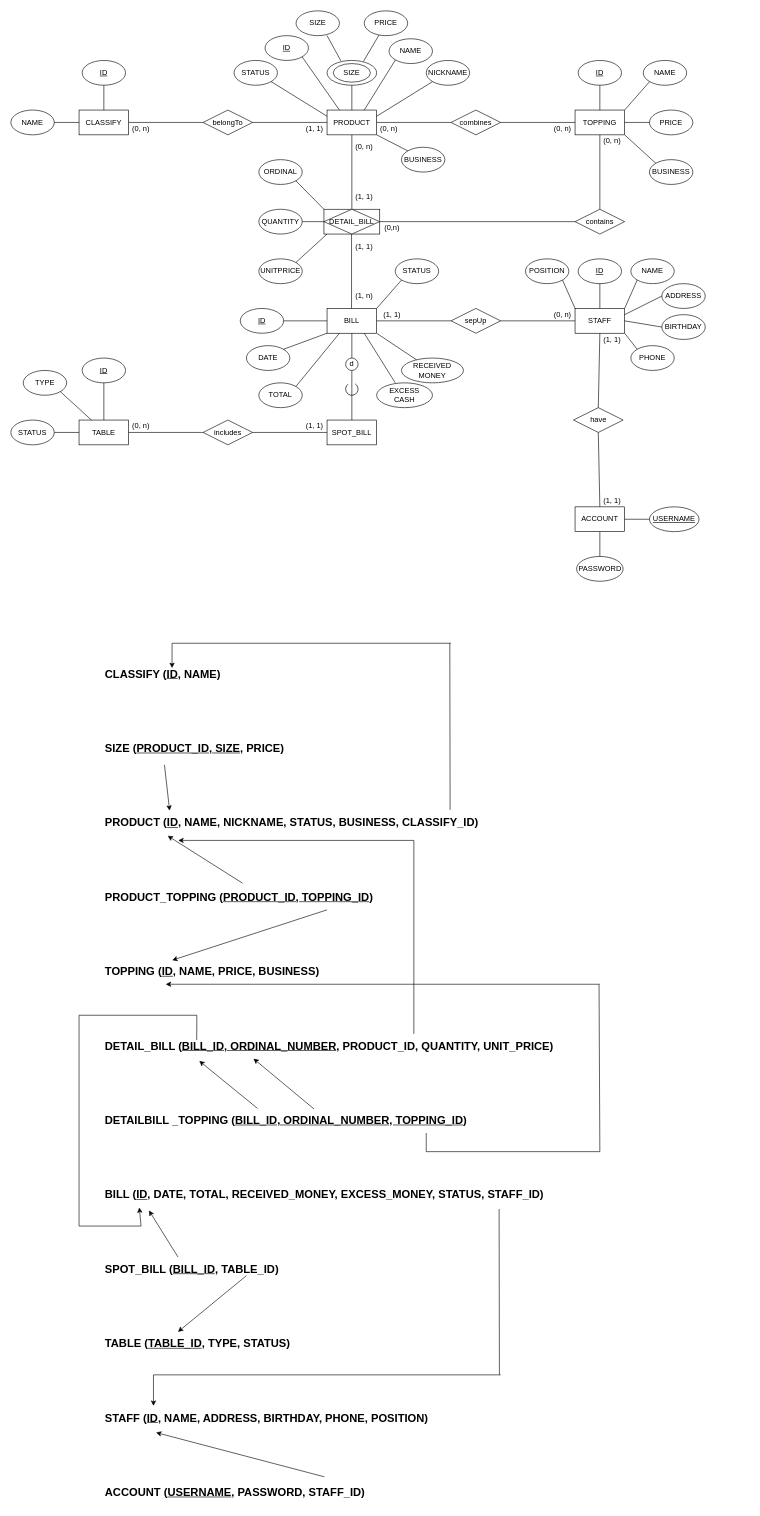
The draw.io diagram ERD/Coffee_Shop_ERD.drawio in hungtadasuke/CoffeShop_SoftwareTechnology, before the edit. Source tidied: cells renumbered, new cells numbered last; positions are measured from the earlier drawing's top-left corner, leaving out a move shared by most shapes. Both pictures are drawn from the tidied source at 62%, with x=0, y=0 at pixel (11, 11).
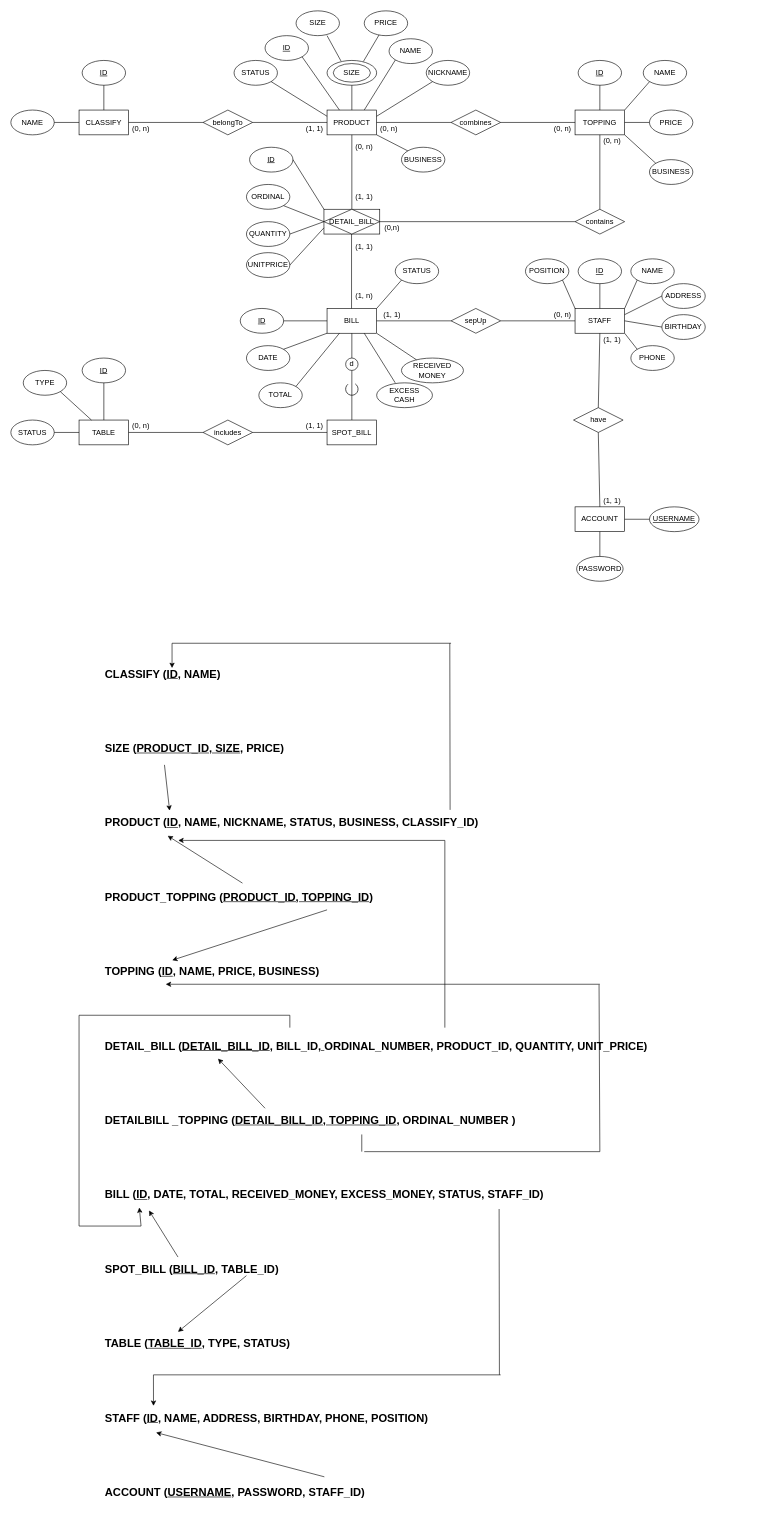
Above is the later version.

Commit message (it also covers changes not shown here):
Hung fix erd

The change refers to these unchanged cells:
```xml
<mxCell id="45" style="rounded=0;whiteSpace=wrap;html=1;" parent="1" vertex="1">
  <mxGeometry x="505" y="320" width="90" height="40" as="geometry" />
</mxCell>
<mxCell id="46" value="DETAIL_BILL" style="rhombus;whiteSpace=wrap;html=1;" parent="1" vertex="1">
  <mxGeometry x="505" y="320" width="90" height="40" as="geometry" />
</mxCell>
```

The edit, as a diff of the source:
```diff
@@
-    <mxCell id="42" value="ORDINAL" style="ellipse;whiteSpace=wrap;html=1;" parent="1" vertex="1">
-      <mxGeometry x="400" y="240" width="70" height="40" as="geometry" />
+    <mxCell id="42" value="&lt;u&gt;ID&lt;/u&gt;" style="ellipse;whiteSpace=wrap;html=1;" parent="1" vertex="1">
+      <mxGeometry x="385" y="220" width="70" height="40" as="geometry" />
     </mxCell>
-    <mxCell id="43" value="QUANTITY" style="ellipse;whiteSpace=wrap;html=1;" parent="1" vertex="1">
-      <mxGeometry x="400" y="320" width="70" height="40" as="geometry" />
+    <mxCell id="43" value="ORDINAL" style="ellipse;whiteSpace=wrap;html=1;" parent="1" vertex="1">
+      <mxGeometry x="380" y="280" width="70" height="40" as="geometry" />
     </mxCell>
-    <mxCell id="44" value="UNITPRICE" style="ellipse;whiteSpace=wrap;html=1;" parent="1" vertex="1">
-      <mxGeometry x="400" y="400" width="70" height="40" as="geometry" />
+    <mxCell id="44" value="QUANTITY" style="ellipse;whiteSpace=wrap;html=1;" parent="1" vertex="1">
+      <mxGeometry x="380" y="340" width="70" height="40" as="geometry" />
     </mxCell>
@@
-    <mxCell id="48" style="endArrow=none;html=1;rounded=0;exitX=1;exitY=1;exitDx=0;exitDy=0;entryX=0;entryY=0;entryDx=0;entryDy=0;" parent="1" edge="1" source="42" target="45">
+    <mxCell id="48" style="endArrow=none;html=1;rounded=0;exitX=1;exitY=0.5;exitDx=0;exitDy=0;entryX=0;entryY=0;entryDx=0;entryDy=0;" parent="1" edge="1" source="42" target="45">
       <mxGeometry relative="1" as="geometry" />
     </mxCell>
-    <mxCell id="49" style="endArrow=none;html=1;rounded=0;exitX=1;exitY=0.5;exitDx=0;exitDy=0;entryX=0;entryY=0.5;entryDx=0;entryDy=0;" parent="1" edge="1" source="43" target="46">
+    <mxCell id="49" style="endArrow=none;html=1;rounded=0;exitX=1;exitY=1;exitDx=0;exitDy=0;entryX=0;entryY=0.5;entryDx=0;entryDy=0;" parent="1" edge="1" source="43" target="46">
       <mxGeometry relative="1" as="geometry" />
     </mxCell>
-    <mxCell id="50" style="endArrow=none;html=1;rounded=0;exitX=1;exitY=0;exitDx=0;exitDy=0;" parent="1" edge="1" source="44">
-      <mxGeometry relative="1" as="geometry">
-        <mxPoint x="510" y="360" as="targetPoint" />
-      </mxGeometry>
+    <mxCell id="50" style="endArrow=none;html=1;rounded=0;exitX=1;exitY=0.5;exitDx=0;exitDy=0;entryX=0;entryY=0.5;entryDx=0;entryDy=0;" parent="1" edge="1" source="44" target="46">
+      <mxGeometry relative="1" as="geometry" />
     </mxCell>
@@
-    <mxCell id="127" value="&lt;span style=&quot;font-size: 18px&quot;&gt;DETAIL_BILL (&lt;u&gt;BILL_ID,&amp;nbsp;&lt;/u&gt;&lt;/span&gt;&lt;span style=&quot;font-size: 18px&quot;&gt;&lt;u&gt;ORDINAL_NUMBER&lt;/u&gt;&lt;/span&gt;&lt;span style=&quot;font-size: 18px&quot;&gt;, PRODUCT_ID, QUANTITY, UNIT_PRICE)&lt;/span&gt;" style="text;html=1;strokeColor=none;fillColor=none;align=left;verticalAlign=middle;whiteSpace=wrap;rounded=0;fontStyle=1;" parent="1" vertex="1">
+    <mxCell id="127" value="&lt;span style=&quot;font-size: 18px&quot;&gt;DETAIL_BILL (&lt;u&gt;DETAIL_BILL_ID&lt;/u&gt;, BILL_ID&lt;u&gt;,&amp;nbsp;&lt;/u&gt;&lt;/span&gt;&lt;span style=&quot;font-size: 18px&quot;&gt;ORDINAL_NUMBER&lt;/span&gt;&lt;span style=&quot;font-size: 18px&quot;&gt;, PRODUCT_ID, QUANTITY, UNIT_PRICE)&lt;/span&gt;" style="text;html=1;strokeColor=none;fillColor=none;align=left;verticalAlign=middle;whiteSpace=wrap;rounded=0;fontStyle=1;" parent="1" vertex="1">
       <mxGeometry x="150" y="1650" width="1040" height="40" as="geometry" />
     </mxCell>
-    <mxCell id="128" value="&lt;span style=&quot;font-size: 18px&quot;&gt;DETAILBILL _TOPPING (&lt;u&gt;BILL_ID, ORDINAL_NUMBER, TOPPING_ID&lt;/u&gt;)&lt;/span&gt;" style="text;html=1;strokeColor=none;fillColor=none;align=left;verticalAlign=middle;whiteSpace=wrap;rounded=0;fontStyle=1;" parent="1" vertex="1">
+    <mxCell id="128" value="&lt;span style=&quot;font-size: 18px&quot;&gt;DETAILBILL _TOPPING (&lt;u&gt;DETAIL_BILL_ID,&amp;nbsp;TOPPING_ID&lt;/u&gt;, ORDINAL_NUMBER )&lt;/span&gt;" style="text;html=1;strokeColor=none;fillColor=none;align=left;verticalAlign=middle;whiteSpace=wrap;rounded=0;fontStyle=1;" parent="1" vertex="1">
       <mxGeometry x="150" y="1770" width="1040" height="40" as="geometry" />
     </mxCell>
@@
     <mxCell id="140" style="endArrow=none;html=1;rounded=0;fontSize=18;" parent="1" edge="1">
       <mxGeometry relative="1" as="geometry">
-        <mxPoint x="650" y="1650" as="sourcePoint" />
-        <mxPoint x="650" y="1338" as="targetPoint" />
+        <mxPoint x="700" y="1640" as="sourcePoint" />
+        <mxPoint x="700" y="1338" as="targetPoint" />
       </mxGeometry>
     </mxCell>
     <mxCell id="141" style="endArrow=classic;html=1;rounded=0;fontSize=18;" parent="1" edge="1">
       <mxGeometry relative="1" as="geometry">
-        <mxPoint x="650" y="1338" as="sourcePoint" />
+        <mxPoint x="700" y="1338" as="sourcePoint" />
         <mxPoint x="270" y="1338" as="targetPoint" />
       </mxGeometry>
     </mxCell>
-    <mxCell id="142" style="endArrow=none;html=1;rounded=0;fontSize=18;entryX=0.144;entryY=0.25;entryDx=0;entryDy=0;entryPerimeter=0;" parent="1" edge="1" target="127">
-      <mxGeometry relative="1" as="geometry">
-        <mxPoint x="300" y="1620" as="sourcePoint" />
-      </mxGeometry>
-    </mxCell>
     <mxCell id="143" style="endArrow=none;html=1;rounded=0;fontSize=18;" parent="1" edge="1">
       <mxGeometry relative="1" as="geometry">
         <mxPoint x="110" y="1620" as="sourcePoint" />
-        <mxPoint x="300" y="1620" as="targetPoint" />
+        <mxPoint x="450" y="1620" as="targetPoint" />
       </mxGeometry>
     </mxCell>
@@
-    <mxCell id="148" style="endArrow=classic;html=1;rounded=0;fontSize=18;entryX=0.148;entryY=1.092;entryDx=0;entryDy=0;entryPerimeter=0;exitX=0.238;exitY=0;exitDx=0;exitDy=0;exitPerimeter=0;" parent="1" edge="1" source="128" target="127">
-      <mxGeometry relative="1" as="geometry" />
-    </mxCell>
-    <mxCell id="149" style="endArrow=classic;html=1;rounded=0;fontSize=18;exitX=0.326;exitY=0.031;exitDx=0;exitDy=0;exitPerimeter=0;entryX=0.232;entryY=1;entryDx=0;entryDy=0;entryPerimeter=0;" parent="1" edge="1" source="128" target="127">
-      <mxGeometry relative="1" as="geometry" />
-    </mxCell>
     <mxCell id="150" style="endArrow=none;html=1;rounded=0;fontSize=18;" parent="1" edge="1">
       <mxGeometry relative="1" as="geometry">
-        <mxPoint x="670" y="1840" as="sourcePoint" />
+        <mxPoint x="570" y="1840" as="sourcePoint" />
         <mxPoint x="950" y="1840" as="targetPoint" />
       </mxGeometry>
     </mxCell>
@@
-    <mxCell id="152" style="endArrow=none;html=1;rounded=0;fontSize=18;entryX=0.5;entryY=1;entryDx=0;entryDy=0;" parent="1" edge="1" target="128">
+    <mxCell id="152" style="endArrow=none;html=1;rounded=0;fontSize=18;entryX=0.4;entryY=1.057;entryDx=0;entryDy=0;entryPerimeter=0;" parent="1" edge="1" target="128">
       <mxGeometry relative="1" as="geometry">
-        <mxPoint x="670" y="1840" as="sourcePoint" />
+        <mxPoint x="566" y="1840" as="sourcePoint" />
       </mxGeometry>
     </mxCell>
@@
+    <mxCell id="159" value="UNITPRICE" style="ellipse;whiteSpace=wrap;html=1;" parent="1" vertex="1">
+      <mxGeometry x="380" y="390" width="70" height="40" as="geometry" />
+    </mxCell>
+    <mxCell id="160" style="endArrow=none;html=1;rounded=0;exitX=1;exitY=0.5;exitDx=0;exitDy=0;entryX=0;entryY=0.75;entryDx=0;entryDy=0;" parent="1" edge="1" source="159" target="45">
+      <mxGeometry relative="1" as="geometry" />
+    </mxCell>
+    <mxCell id="161" style="endArrow=classic;html=1;rounded=0;entryX=0.177;entryY=1;entryDx=0;entryDy=0;entryPerimeter=0;exitX=0.25;exitY=0;exitDx=0;exitDy=0;" parent="1" edge="1" source="128" target="127">
+      <mxGeometry relative="1" as="geometry" />
+    </mxCell>
+    <mxCell id="162" style="endArrow=none;html=1;rounded=0;" parent="1" edge="1">
+      <mxGeometry relative="1" as="geometry">
+        <mxPoint x="450" y="1640" as="sourcePoint" />
+        <mxPoint x="450" y="1620" as="targetPoint" />
+      </mxGeometry>
+    </mxCell>
```
